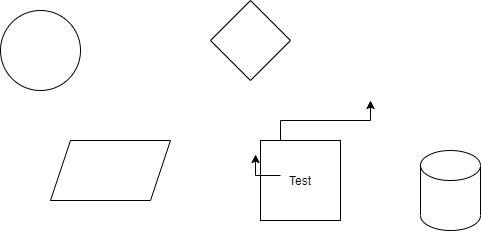
Earlier version of the draw.io export docs/diagrams/test.png (jonathan-r-thorpe/nmos-authorization-implementers-guide). Source tidied: cells renumbered, new cells last; positions are measured from the earlier drawing's top-left corner, leaving out a move shared by most shapes. Its diagram source:
```xml
<mxGraphModel>
  <root>
    <mxCell id="0" />
    <mxCell id="1" parent="0" />
    <mxCell id="2" style="edgeStyle=orthogonalEdgeStyle;rounded=0;jettySize=auto;html=1;exitX=0.25;exitY=0;exitDx=0;exitDy=0;" parent="1" edge="1" source="3">
      <mxGeometry relative="1" as="geometry">
        <mxPoint x="370" y="100" as="targetPoint" />
      </mxGeometry>
    </mxCell>
    <mxCell id="3" style="whiteSpace=wrap;html=1;" parent="1" vertex="1">
      <mxGeometry x="260" y="140" width="80" height="80" as="geometry" />
    </mxCell>
    <mxCell id="4" style="ellipse;whiteSpace=wrap;html=1;" parent="1" vertex="1">
      <mxGeometry y="10" width="80" height="80" as="geometry" />
    </mxCell>
    <mxCell id="5" style="shape=parallelogram;perimeter=parallelogramPerimeter;whiteSpace=wrap;html=1;fixedSize=1;" parent="1" vertex="1">
      <mxGeometry x="50" y="140" width="120" height="60" as="geometry" />
    </mxCell>
    <mxCell id="6" style="rhombus;whiteSpace=wrap;html=1;" parent="1" vertex="1">
      <mxGeometry x="210" width="80" height="80" as="geometry" />
    </mxCell>
    <mxCell id="7" style="edgeStyle=orthogonalEdgeStyle;rounded=0;jettySize=auto;html=1;exitX=0;exitY=0.25;exitDx=0;exitDy=0;entryX=-0.062;entryY=0.175;entryDx=0;entryDy=0;entryPerimeter=0;" parent="1" edge="1" source="8" target="3">
      <mxGeometry relative="1" as="geometry" />
    </mxCell>
    <mxCell id="8" value="Test" style="text;html=1;strokeColor=none;fillColor=none;align=center;verticalAlign=middle;whiteSpace=wrap;rounded=0;" parent="1" vertex="1">
      <mxGeometry x="280" y="170" width="40" height="20" as="geometry" />
    </mxCell>
    <mxCell id="9" style="shape=cylinder3;whiteSpace=wrap;html=1;boundedLbl=1;backgroundOutline=1;size=15;" parent="1" vertex="1">
      <mxGeometry x="420" y="150" width="60" height="80" as="geometry" />
    </mxCell>
  </root>
</mxGraphModel>
```
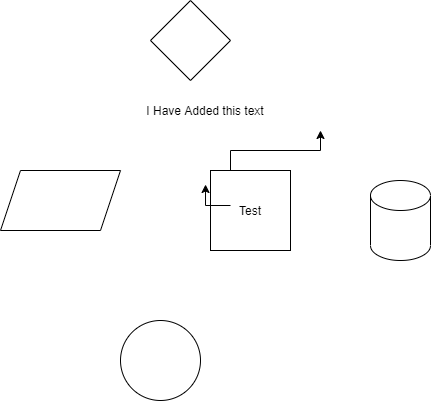
Above is the later version.

The edit, as a diff of the source:
```diff
@@ -11,13 +11,13 @@
       <mxGeometry x="260" y="140" width="80" height="80" as="geometry" />
     </mxCell>
     <mxCell id="4" style="ellipse;whiteSpace=wrap;html=1;" parent="1" vertex="1">
-      <mxGeometry y="10" width="80" height="80" as="geometry" />
+      <mxGeometry x="170" y="290" width="80" height="80" as="geometry" />
     </mxCell>
     <mxCell id="5" style="shape=parallelogram;perimeter=parallelogramPerimeter;whiteSpace=wrap;html=1;fixedSize=1;" parent="1" vertex="1">
       <mxGeometry x="50" y="140" width="120" height="60" as="geometry" />
     </mxCell>
     <mxCell id="6" style="rhombus;whiteSpace=wrap;html=1;" parent="1" vertex="1">
-      <mxGeometry x="210" width="80" height="80" as="geometry" />
+      <mxGeometry x="200" y="-30" width="80" height="80" as="geometry" />
     </mxCell>
     <mxCell id="7" style="edgeStyle=orthogonalEdgeStyle;rounded=0;jettySize=auto;html=1;exitX=0;exitY=0.25;exitDx=0;exitDy=0;entryX=-0.062;entryY=0.175;entryDx=0;entryDy=0;entryPerimeter=0;" parent="1" edge="1" source="8" target="3">
       <mxGeometry relative="1" as="geometry" />
@@ -28,5 +28,8 @@
     <mxCell id="9" style="shape=cylinder3;whiteSpace=wrap;html=1;boundedLbl=1;backgroundOutline=1;size=15;" parent="1" vertex="1">
       <mxGeometry x="420" y="150" width="60" height="80" as="geometry" />
     </mxCell>
+    <mxCell id="10" value="I Have Added this text" style="text;html=1;strokeColor=none;fillColor=none;align=center;verticalAlign=middle;whiteSpace=wrap;rounded=0;" parent="1" vertex="1">
+      <mxGeometry x="90" y="70" width="330" height="20" as="geometry" />
+    </mxCell>
   </root>
 </mxGraphModel>
```
